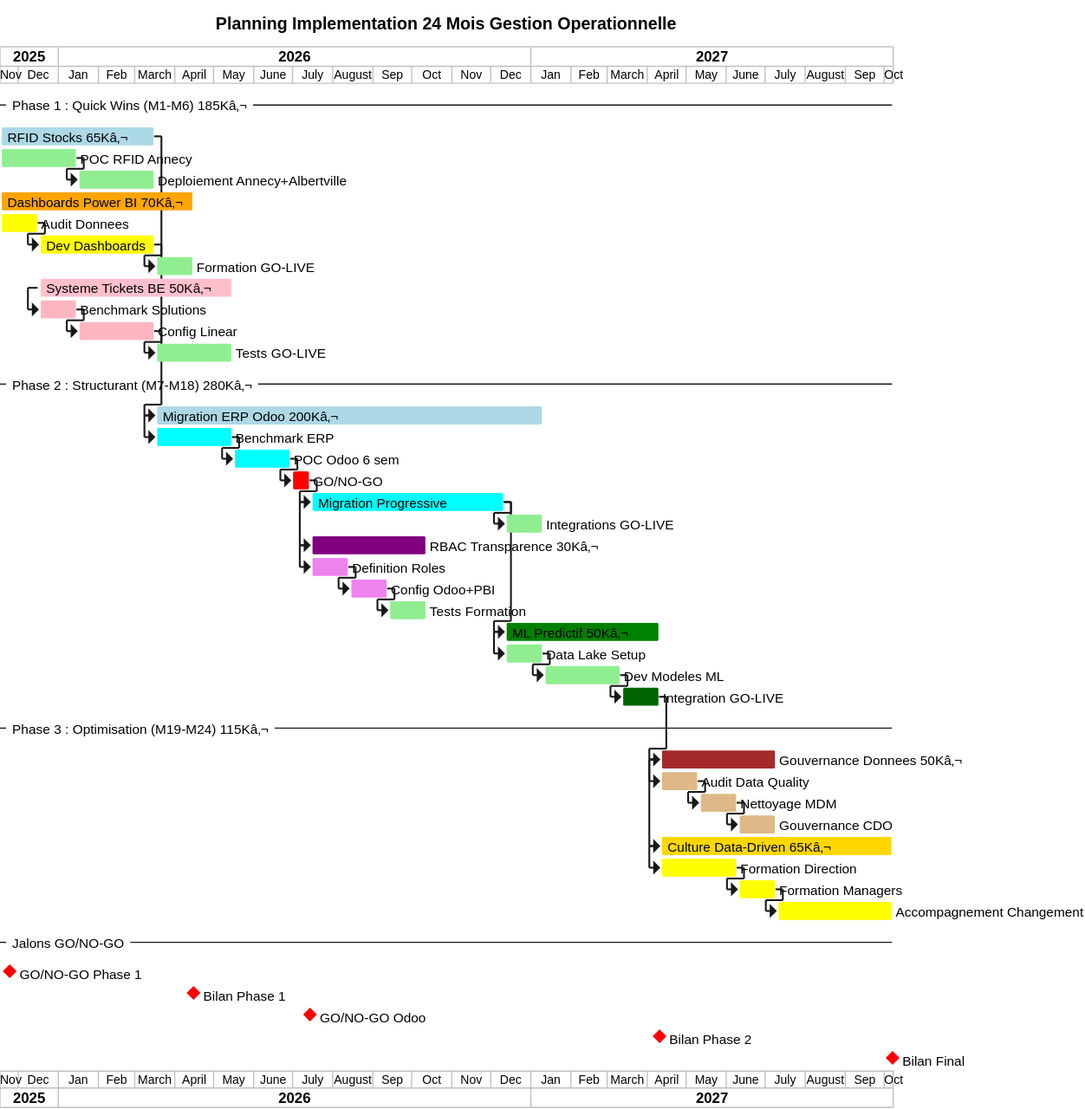
This is Gestion-Operationnelle/uml/Gantt_Planning_Implementation.svg from JordanSerafini/Audit_Duret, a PlantUML export, as it was before one commit. Its diagram source:
```plantuml
@startgantt Gantt_Planning_Implementation

title Planning Implementation 24 Mois Gestion Operationnelle

printscale monthly

project starts 2025-11-17

-- Phase 1 : Quick Wins (M1-M6) 185Kâ‚¬ --

[RFID Stocks 65Kâ‚¬] as [RFID] lasts 120 days and is colored in LightBlue
[RFID] starts 2025-11-17

[POC RFID Annecy] as [RFIDPOC] lasts 60 days and is colored in LightGreen and starts at [RFID]'s start
[Deploiement Annecy+Albertville] as [RFIDDeploy] lasts 60 days and is colored in LightGreen and starts at [RFIDPOC]'s end

[Dashboards Power BI 70Kâ‚¬] as [PBI] lasts 150 days and is colored in Orange
[PBI] starts 2025-11-17

[Audit Donnees] as [PBIAudit] lasts 30 days and is colored in Yellow and starts at [PBI]'s start
[Dev Dashboards] as [PBIDev] lasts 90 days and is colored in Yellow and starts at [PBIAudit]'s end
[Formation GO-LIVE] as [PBIGL] lasts 30 days and is colored in LightGreen and starts at [PBIDev]'s end

[Systeme Tickets BE 50Kâ‚¬] as [Tickets] lasts 150 days and is colored in Pink
[Tickets] starts 2025-12-17

[Benchmark Solutions] as [TicketsBench] lasts 30 days and is colored in LightPink and starts at [Tickets]'s start
[Config Linear] as [TicketsConfig] lasts 60 days and is colored in LightPink and starts at [TicketsBench]'s end
[Tests GO-LIVE] as [TicketsGL] lasts 60 days and is colored in LightGreen and starts at [TicketsConfig]'s end

-- Phase 2 : Structurant (M7-M18) 280Kâ‚¬ --

[Migration ERP Odoo 200Kâ‚¬] as [Odoo] lasts 300 days and is colored in LightBlue
[Odoo] starts at [RFID]'s end

[Benchmark ERP] as [OdooBench] lasts 60 days and is colored in Cyan and starts at [Odoo]'s start
[POC Odoo 6 sem] as [OdooPOC] lasts 45 days and is colored in Cyan and starts at [OdooBench]'s end
[GO/NO-GO] as [OdooGO] lasts 15 days and is colored in Red and starts at [OdooPOC]'s end
[Migration Progressive] as [OdooMigr] lasts 150 days and is colored in Cyan and starts at [OdooGO]'s end
[Integrations GO-LIVE] as [OdooGL] lasts 30 days and is colored in LightGreen and starts at [OdooMigr]'s end

[RBAC Transparence 30Kâ‚¬] as [RBAC] lasts 90 days and is colored in Purple
[RBAC] starts at [OdooMigr]'s start

[Definition Roles] as [RBACDef] lasts 30 days and is colored in Violet and starts at [RBAC]'s start
[Config Odoo+PBI] as [RBACConfig] lasts 30 days and is colored in Violet and starts at [RBACDef]'s end
[Tests Formation] as [RBACGL] lasts 30 days and is colored in LightGreen and starts at [RBACConfig]'s end

[ML Predictif 50Kâ‚¬] as [ML] lasts 120 days and is colored in Green
[ML] starts at [OdooMigr]'s end

[Data Lake Setup] as [MLSetup] lasts 30 days and is colored in LightGreen and starts at [ML]'s start
[Dev Modeles ML] as [MLDev] lasts 60 days and is colored in LightGreen and starts at [MLSetup]'s end
[Integration GO-LIVE] as [MLGL] lasts 30 days and is colored in DarkGreen and starts at [MLDev]'s end

-- Phase 3 : Optimisation (M19-M24) 115Kâ‚¬ --

[Gouvernance Donnees 50Kâ‚¬] as [Gov] lasts 90 days and is colored in Brown
[Gov] starts at [MLGL]'s end

[Audit Data Quality] as [GovAudit] lasts 30 days and is colored in BurlyWood and starts at [Gov]'s start
[Nettoyage MDM] as [GovClean] lasts 30 days and is colored in BurlyWood and starts at [GovAudit]'s end
[Gouvernance CDO] as [GovCDO] lasts 30 days and is colored in BurlyWood and starts at [GovClean]'s end

[Culture Data-Driven 65Kâ‚¬] as [Culture] lasts 180 days and is colored in Gold
[Culture] starts at [Gov]'s start

[Formation Direction] as [CultureDir] lasts 60 days and is colored in Yellow and starts at [Culture]'s start
[Formation Managers] as [CultureMgr] lasts 30 days and is colored in Yellow and starts at [CultureDir]'s end
[Accompagnement Changement] as [CultureAcc] lasts 90 days and is colored in Yellow and starts at [CultureMgr]'s end

-- Jalons GO/NO-GO --

[GO/NO-GO Phase 1] as [Jalon1] happens at 2025-11-24
[Jalon1] is colored in Red

[Bilan Phase 1] as [Jalon2] happens at [PBIGL]'s end
[Jalon2] is colored in Red

[GO/NO-GO Odoo] as [Jalon3] happens at [OdooGO]'s end
[Jalon3] is colored in Red

[Bilan Phase 2] as [Jalon4] happens at [MLGL]'s end
[Jalon4] is colored in Red

[Bilan Final] as [Jalon5] happens at [CultureAcc]'s end
[Jalon5] is colored in Red

@endgantt
```
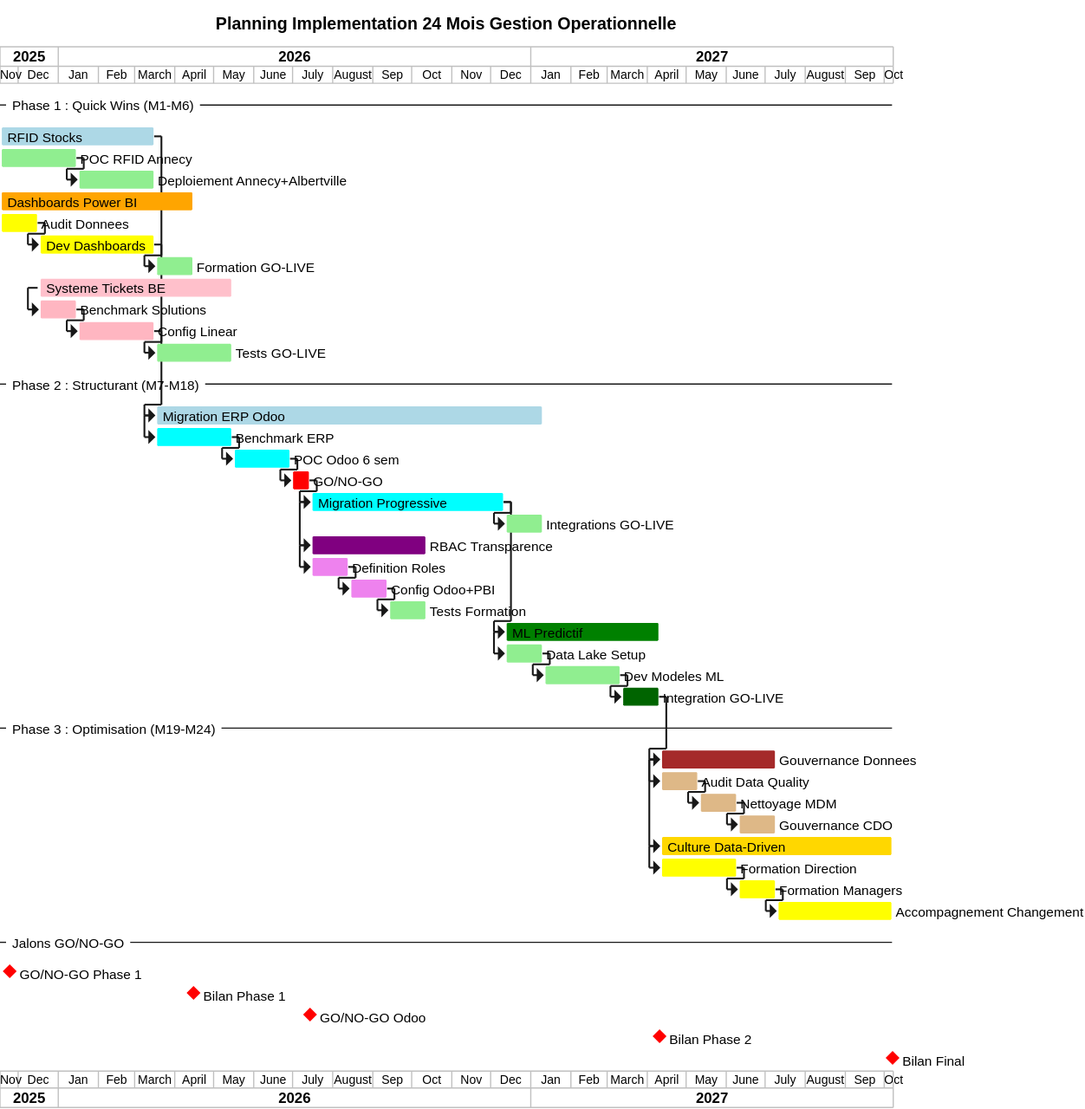
The same file after the commit.

Diff of the diagram source:
```diff
@@ -6,31 +6,31 @@
 
 project starts 2025-11-17
 
--- Phase 1 : Quick Wins (M1-M6) 185Kâ‚¬ --
+-- Phase 1 : Quick Wins (M1-M6) --
 
-[RFID Stocks 65Kâ‚¬] as [RFID] lasts 120 days and is colored in LightBlue
+[RFID Stocks] as [RFID] lasts 120 days and is colored in LightBlue
 [RFID] starts 2025-11-17
 
 [POC RFID Annecy] as [RFIDPOC] lasts 60 days and is colored in LightGreen and starts at [RFID]'s start
 [Deploiement Annecy+Albertville] as [RFIDDeploy] lasts 60 days and is colored in LightGreen and starts at [RFIDPOC]'s end
 
-[Dashboards Power BI 70Kâ‚¬] as [PBI] lasts 150 days and is colored in Orange
+[Dashboards Power BI] as [PBI] lasts 150 days and is colored in Orange
 [PBI] starts 2025-11-17
 
 [Audit Donnees] as [PBIAudit] lasts 30 days and is colored in Yellow and starts at [PBI]'s start
 [Dev Dashboards] as [PBIDev] lasts 90 days and is colored in Yellow and starts at [PBIAudit]'s end
 [Formation GO-LIVE] as [PBIGL] lasts 30 days and is colored in LightGreen and starts at [PBIDev]'s end
 
-[Systeme Tickets BE 50Kâ‚¬] as [Tickets] lasts 150 days and is colored in Pink
+[Systeme Tickets BE] as [Tickets] lasts 150 days and is colored in Pink
 [Tickets] starts 2025-12-17
 
 [Benchmark Solutions] as [TicketsBench] lasts 30 days and is colored in LightPink and starts at [Tickets]'s start
 [Config Linear] as [TicketsConfig] lasts 60 days and is colored in LightPink and starts at [TicketsBench]'s end
 [Tests GO-LIVE] as [TicketsGL] lasts 60 days and is colored in LightGreen and starts at [TicketsConfig]'s end
 
--- Phase 2 : Structurant (M7-M18) 280Kâ‚¬ --
+-- Phase 2 : Structurant (M7-M18) --
 
-[Migration ERP Odoo 200Kâ‚¬] as [Odoo] lasts 300 days and is colored in LightBlue
+[Migration ERP Odoo] as [Odoo] lasts 300 days and is colored in LightBlue
 [Odoo] starts at [RFID]'s end
 
 [Benchmark ERP] as [OdooBench] lasts 60 days and is colored in Cyan and starts at [Odoo]'s start
@@ -39,30 +39,30 @@
 [Migration Progressive] as [OdooMigr] lasts 150 days and is colored in Cyan and starts at [OdooGO]'s end
 [Integrations GO-LIVE] as [OdooGL] lasts 30 days and is colored in LightGreen and starts at [OdooMigr]'s end
 
-[RBAC Transparence 30Kâ‚¬] as [RBAC] lasts 90 days and is colored in Purple
+[RBAC Transparence] as [RBAC] lasts 90 days and is colored in Purple
 [RBAC] starts at [OdooMigr]'s start
 
 [Definition Roles] as [RBACDef] lasts 30 days and is colored in Violet and starts at [RBAC]'s start
 [Config Odoo+PBI] as [RBACConfig] lasts 30 days and is colored in Violet and starts at [RBACDef]'s end
 [Tests Formation] as [RBACGL] lasts 30 days and is colored in LightGreen and starts at [RBACConfig]'s end
 
-[ML Predictif 50Kâ‚¬] as [ML] lasts 120 days and is colored in Green
+[ML Predictif] as [ML] lasts 120 days and is colored in Green
 [ML] starts at [OdooMigr]'s end
 
 [Data Lake Setup] as [MLSetup] lasts 30 days and is colored in LightGreen and starts at [ML]'s start
 [Dev Modeles ML] as [MLDev] lasts 60 days and is colored in LightGreen and starts at [MLSetup]'s end
 [Integration GO-LIVE] as [MLGL] lasts 30 days and is colored in DarkGreen and starts at [MLDev]'s end
 
--- Phase 3 : Optimisation (M19-M24) 115Kâ‚¬ --
+-- Phase 3 : Optimisation (M19-M24) --
 
-[Gouvernance Donnees 50Kâ‚¬] as [Gov] lasts 90 days and is colored in Brown
+[Gouvernance Donnees] as [Gov] lasts 90 days and is colored in Brown
 [Gov] starts at [MLGL]'s end
 
 [Audit Data Quality] as [GovAudit] lasts 30 days and is colored in BurlyWood and starts at [Gov]'s start
 [Nettoyage MDM] as [GovClean] lasts 30 days and is colored in BurlyWood and starts at [GovAudit]'s end
 [Gouvernance CDO] as [GovCDO] lasts 30 days and is colored in BurlyWood and starts at [GovClean]'s end
 
-[Culture Data-Driven 65Kâ‚¬] as [Culture] lasts 180 days and is colored in Gold
+[Culture Data-Driven] as [Culture] lasts 180 days and is colored in Gold
 [Culture] starts at [Gov]'s start
 
 [Formation Direction] as [CultureDir] lasts 60 days and is colored in Yellow and starts at [Culture]'s start
```
